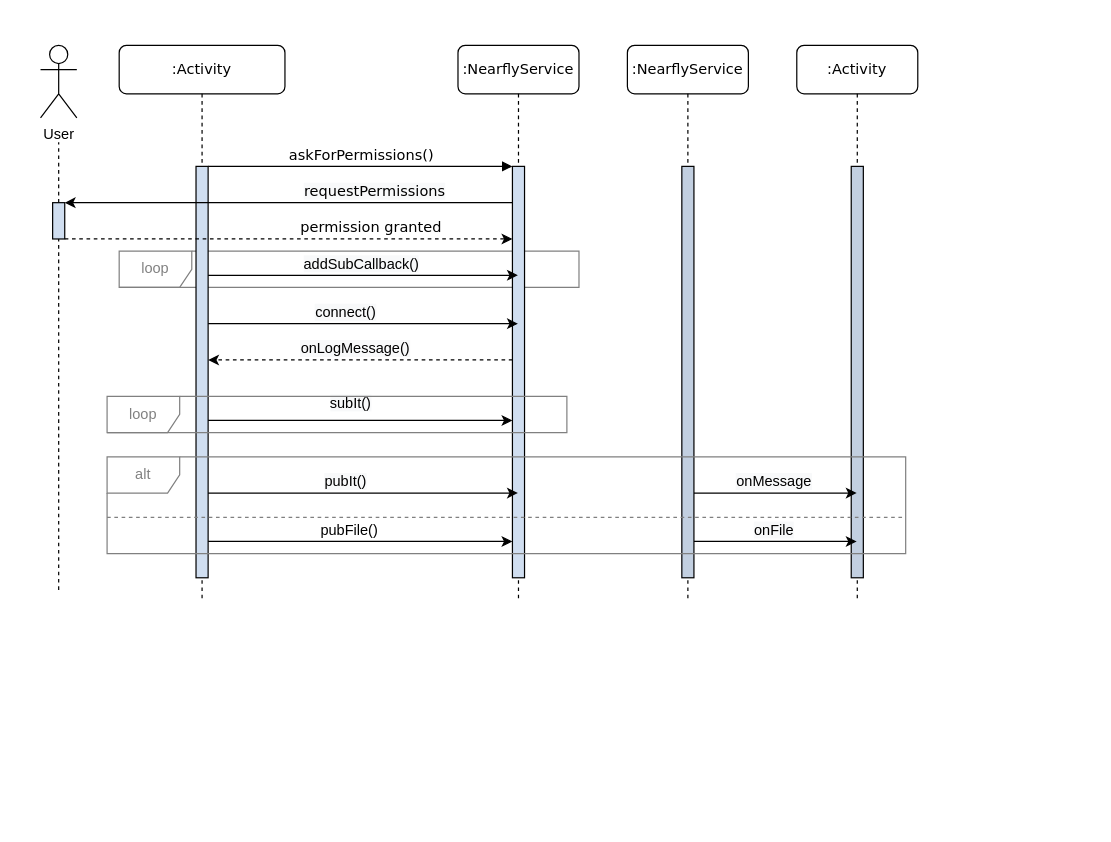
zettime/Nearfly-Android keeps this draw.io diagram as Diagramme/Using of API.drawio. Above is the earlier version. Source tidied: cells renumbered, new cells numbered last; positions are measured from the earlier drawing's top-left corner, leaving out a move shared by most shapes. Both pictures are drawn from the tidied source at 121%, with x=0, y=0 at pixel (40, 45).
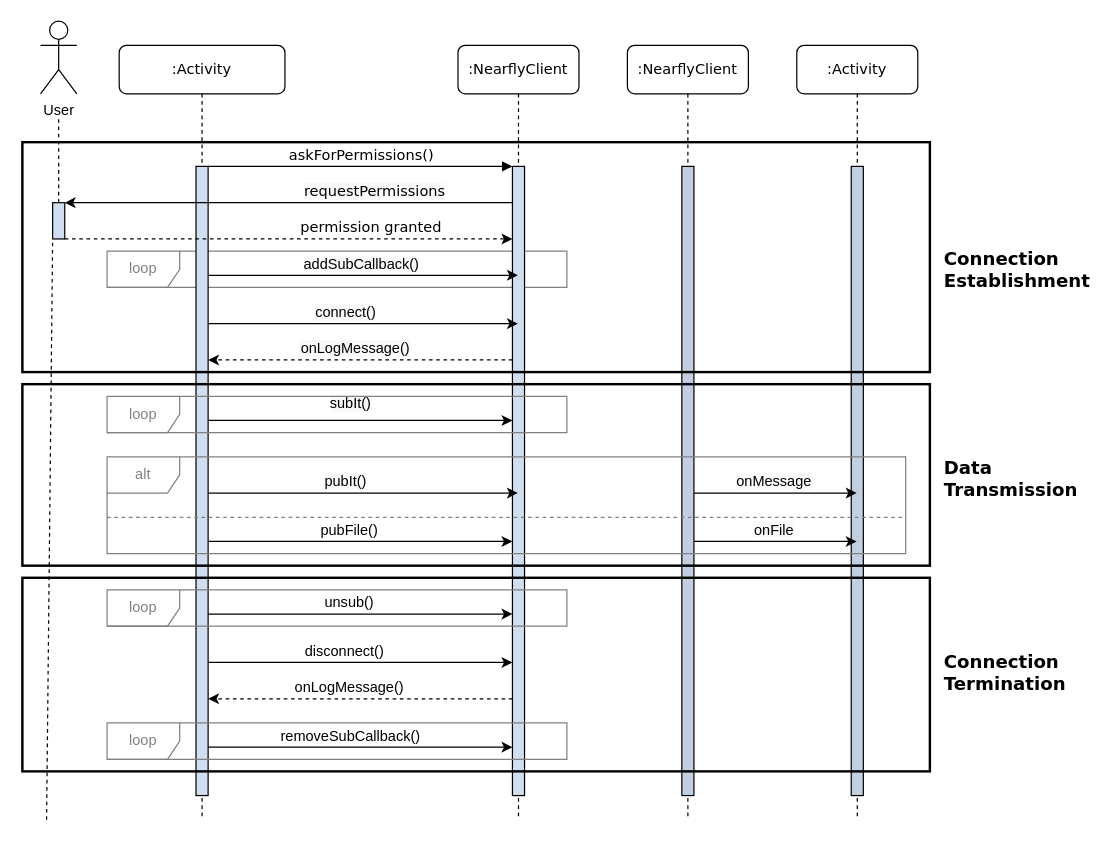
The same diagram, later.

The change refers to these unchanged cells:
```xml
<mxCell id="15" style="html=1;points=[];perimeter=orthogonalPerimeter;rounded=0;shadow=0;comic=0;labelBackgroundColor=none;strokeWidth=1;fontFamily=Verdana;fontSize=12;align=center;fillColor=#D0DEF0;" parent="1" vertex="1">
  <mxGeometry x="10" y="130" width="10" height="30" as="geometry" />
</mxCell>
```

Change to the diagram source:
```diff
@@
     <mxCell id="2" value="&lt;font color=&quot;#808080&quot;&gt;loop&lt;/font&gt;" style="shape=umlFrame;whiteSpace=wrap;html=1;labelBackgroundColor=none;strokeColor=#808080;" parent="1" vertex="1">
-      <mxGeometry x="65" y="170" width="380" height="30" as="geometry" />
+      <mxGeometry x="55" y="170" width="380" height="30" as="geometry" />
     </mxCell>
-    <mxCell id="3" value=":NearflyService" style="shape=umlLifeline;perimeter=lifelinePerimeter;whiteSpace=wrap;html=1;outlineConnect=0;rounded=1;shadow=0;comic=0;labelBackgroundColor=none;strokeWidth=1;fontFamily=Verdana;fontSize=12;align=center;" parent="1" vertex="1">
-      <mxGeometry x="345" width="100" height="460" as="geometry" />
+    <mxCell id="3" value=":NearflyClient" style="shape=umlLifeline;perimeter=lifelinePerimeter;whiteSpace=wrap;html=1;outlineConnect=0;rounded=1;shadow=0;comic=0;labelBackgroundColor=none;strokeWidth=1;fontFamily=Verdana;fontSize=12;align=center;" parent="1" vertex="1">
+      <mxGeometry x="345" width="100" height="640" as="geometry" />
     </mxCell>
     <mxCell id="4" style="html=1;points=[];perimeter=orthogonalPerimeter;rounded=0;shadow=0;comic=0;labelBackgroundColor=none;strokeWidth=1;fontFamily=Verdana;fontSize=12;align=center;fillColor=#D0DEF0;" parent="3" vertex="1">
-      <mxGeometry x="45" y="100" width="10" height="340" as="geometry" />
+      <mxGeometry x="45" y="100" width="10" height="520" as="geometry" />
     </mxCell>
-    <mxCell id="5" value=":NearflyService" style="shape=umlLifeline;perimeter=lifelinePerimeter;whiteSpace=wrap;html=1;rounded=1;shadow=0;comic=0;labelBackgroundColor=none;strokeWidth=1;fontFamily=Verdana;fontSize=12;align=center;" parent="1" vertex="1">
-      <mxGeometry x="485" width="100" height="460" as="geometry" />
+    <mxCell id="5" value=":NearflyClient" style="shape=umlLifeline;perimeter=lifelinePerimeter;whiteSpace=wrap;html=1;rounded=1;shadow=0;comic=0;labelBackgroundColor=none;strokeWidth=1;fontFamily=Verdana;fontSize=12;align=center;" parent="1" vertex="1">
+      <mxGeometry x="485" width="100" height="640" as="geometry" />
     </mxCell>
     <mxCell id="6" value=":Activity" style="shape=umlLifeline;perimeter=lifelinePerimeter;whiteSpace=wrap;html=1;outlineConnect=0;rounded=1;shadow=0;comic=0;labelBackgroundColor=none;strokeWidth=1;fontFamily=Verdana;fontSize=12;align=center;" parent="1" vertex="1">
-      <mxGeometry x="625" width="100" height="460" as="geometry" />
+      <mxGeometry x="625" width="100" height="640" as="geometry" />
     </mxCell>
     <mxCell id="7" style="rounded=0;whiteSpace=wrap;html=1;labelBackgroundColor=none;strokeColor=#000000;fillColor=#C2CFE0;" parent="6" vertex="1">
-      <mxGeometry x="45" y="100" width="10" height="340" as="geometry" />
+      <mxGeometry x="45" y="100" width="10" height="520" as="geometry" />
     </mxCell>
     <mxCell id="8" value=":Activity" style="shape=umlLifeline;perimeter=lifelinePerimeter;whiteSpace=wrap;html=1;rounded=1;shadow=0;comic=0;labelBackgroundColor=none;strokeWidth=1;fontFamily=Verdana;fontSize=12;align=center;" parent="1" vertex="1">
-      <mxGeometry x="65" width="137" height="460" as="geometry" />
+      <mxGeometry x="65" width="137" height="640" as="geometry" />
     </mxCell>
     <mxCell id="9" style="html=1;points=[];perimeter=orthogonalPerimeter;rounded=0;shadow=0;comic=0;labelBackgroundColor=none;strokeWidth=1;fontFamily=Verdana;fontSize=12;align=center;fillColor=#D0DEF0;" parent="8" vertex="1">
-      <mxGeometry x="63.5" y="100" width="10" height="340" as="geometry" />
+      <mxGeometry x="63.5" y="100" width="10" height="520" as="geometry" />
     </mxCell>
@@
     <mxCell id="11" value="User" style="shape=umlActor;verticalLabelPosition=bottom;labelBackgroundColor=#ffffff;verticalAlign=top;html=1;" parent="1" vertex="1">
-      <mxGeometry width="30" height="60" as="geometry" />
+      <mxGeometry y="-20" width="30" height="60" as="geometry" />
     </mxCell>
     <mxCell id="12" style="endArrow=none;dashed=1;html=1;" parent="1" edge="1" source="15">
       <mxGeometry relative="1" as="geometry">
-        <mxPoint x="15" y="80" as="targetPoint" />
+        <mxPoint x="15" y="60" as="targetPoint" />
       </mxGeometry>
     </mxCell>
@@
     <mxCell id="16" style="endArrow=none;dashed=1;html=1;" parent="1" edge="1" target="15">
       <mxGeometry relative="1" as="geometry">
-        <mxPoint x="15" y="450" as="sourcePoint" />
+        <mxPoint x="5" y="640" as="sourcePoint" />
       </mxGeometry>
     </mxCell>
@@
     <mxCell id="33" style="rounded=0;whiteSpace=wrap;html=1;labelBackgroundColor=none;strokeColor=#000000;fillColor=#C2CFE0;" parent="1" vertex="1">
-      <mxGeometry x="530" y="100" width="10" height="340" as="geometry" />
+      <mxGeometry x="530" y="100" width="10" height="520" as="geometry" />
     </mxCell>
@@
+    <mxCell id="39" style="rounded=0;whiteSpace=wrap;html=1;fillColor=none;strokeWidth=2;" parent="1" vertex="1">
+      <mxGeometry x="-15" y="80" width="750" height="190" as="geometry" />
+    </mxCell>
+    <mxCell id="40" style="rounded=0;whiteSpace=wrap;html=1;fillColor=none;strokeWidth=2;" parent="1" vertex="1">
+      <mxGeometry x="-15" y="280" width="750" height="150" as="geometry" />
+    </mxCell>
+    <mxCell id="41" value="&lt;h3 class=&quot;docSection1Title&quot;&gt;&lt;font face=&quot;Verdana&quot; style=&quot;font-size: 15px&quot;&gt;Connection Establishment&lt;/font&gt;&lt;/h3&gt;" style="text;html=1;strokeColor=none;fillColor=none;align=left;verticalAlign=middle;whiteSpace=wrap;rounded=0;" parent="1" vertex="1">
+      <mxGeometry x="745" y="155" width="120" height="60" as="geometry" />
+    </mxCell>
+    <mxCell id="42" style="edgeStyle=orthogonalEdgeStyle;rounded=0;jettySize=auto;html=1;" parent="1" edge="1" source="9" target="4">
+      <mxGeometry relative="1" as="geometry">
+        <Array as="points">
+          <mxPoint x="335" y="470" />
+          <mxPoint x="335" y="470" />
+        </Array>
+      </mxGeometry>
+    </mxCell>
+    <mxCell id="43" value="&lt;font style=&quot;font-size: 12px&quot;&gt;unsub()&lt;/font&gt;" style="edgeLabel;html=1;align=center;verticalAlign=middle;" parent="42" vertex="1">
+      <mxGeometry x="-0.08" relative="1" as="geometry">
+        <mxPoint y="-10" as="offset" />
+      </mxGeometry>
+    </mxCell>
+    <mxCell id="44" style="edgeStyle=orthogonalEdgeStyle;rounded=0;jettySize=auto;html=1;dashed=1;" parent="1" edge="1" source="4" target="9">
+      <mxGeometry relative="1" as="geometry">
+        <Array as="points">
+          <mxPoint x="315" y="540" />
+          <mxPoint x="315" y="540" />
+        </Array>
+      </mxGeometry>
+    </mxCell>
+    <mxCell id="45" value="&lt;span style=&quot;font-size: 12px&quot;&gt;onLogMessage()&lt;/span&gt;" style="edgeLabel;html=1;align=center;verticalAlign=middle;" parent="44" vertex="1">
+      <mxGeometry x="0.17" y="-1" relative="1" as="geometry">
+        <mxPoint x="11.9" y="-9" as="offset" />
+      </mxGeometry>
+    </mxCell>
+    <mxCell id="46" style="edgeStyle=orthogonalEdgeStyle;rounded=0;jettySize=auto;html=1;" parent="1" edge="1" source="9" target="4">
+      <mxGeometry relative="1" as="geometry">
+        <Array as="points">
+          <mxPoint x="305" y="510" />
+          <mxPoint x="305" y="510" />
+        </Array>
+      </mxGeometry>
+    </mxCell>
+    <mxCell id="47" value="&lt;span style=&quot;font-size: 12px&quot;&gt;disconnect()&lt;/span&gt;" style="edgeLabel;html=1;align=center;verticalAlign=middle;" parent="46" vertex="1">
+      <mxGeometry x="-0.12" y="1" relative="1" as="geometry">
+        <mxPoint x="0.6" y="-9" as="offset" />
+      </mxGeometry>
+    </mxCell>
+    <mxCell id="48" value="&lt;font color=&quot;#808080&quot;&gt;loop&lt;/font&gt;" style="shape=umlFrame;whiteSpace=wrap;html=1;labelBackgroundColor=none;strokeColor=#808080;" parent="1" vertex="1">
+      <mxGeometry x="55" y="450" width="380" height="30" as="geometry" />
+    </mxCell>
+    <mxCell id="49" style="rounded=0;whiteSpace=wrap;html=1;fillColor=none;strokeWidth=2;" parent="1" vertex="1">
+      <mxGeometry x="-15" y="440" width="750" height="160" as="geometry" />
+    </mxCell>
+    <mxCell id="50" style="edgeStyle=orthogonalEdgeStyle;rounded=0;jettySize=auto;html=1;" parent="1" edge="1" source="9" target="4">
+      <mxGeometry relative="1" as="geometry">
+        <Array as="points">
+          <mxPoint x="315" y="580" />
+          <mxPoint x="315" y="580" />
+        </Array>
+      </mxGeometry>
+    </mxCell>
+    <mxCell id="51" value="&lt;font style=&quot;font-size: 12px&quot;&gt;removeSubCallback()&lt;/font&gt;" style="edgeLabel;html=1;align=center;verticalAlign=middle;" parent="50" vertex="1">
+      <mxGeometry x="-0.2" y="1" relative="1" as="geometry">
+        <mxPoint x="15.7" y="-9" as="offset" />
+      </mxGeometry>
+    </mxCell>
+    <mxCell id="52" value="&lt;font color=&quot;#808080&quot;&gt;loop&lt;/font&gt;" style="shape=umlFrame;whiteSpace=wrap;html=1;labelBackgroundColor=none;strokeColor=#808080;" parent="1" vertex="1">
+      <mxGeometry x="55" y="560" width="380" height="30" as="geometry" />
+    </mxCell>
+    <mxCell id="53" value="&lt;h3 class=&quot;docSection1Title&quot; style=&quot;font-style: normal ; letter-spacing: normal ; text-indent: 0px ; text-transform: none ; word-spacing: 0px&quot;&gt;&lt;font face=&quot;Verdana&quot; style=&quot;font-size: 15px&quot;&gt;Data Transmission&lt;/font&gt;&lt;/h3&gt;" style="text;whiteSpace=wrap;html=1;align=left;" parent="1" vertex="1">
+      <mxGeometry x="745" y="320" width="110" height="50" as="geometry" />
+    </mxCell>
+    <mxCell id="54" value="&lt;h3 class=&quot;docSection1Title&quot; style=&quot;font-family: &amp;#34;helvetica&amp;#34; ; font-style: normal ; letter-spacing: normal ; text-indent: 0px ; text-transform: none ; word-spacing: 0px&quot;&gt;&lt;font face=&quot;Verdana&quot; style=&quot;font-size: 15px&quot;&gt;Connection Termination&lt;/font&gt;&lt;/h3&gt;" style="text;whiteSpace=wrap;html=1;align=left;" parent="1" vertex="1">
+      <mxGeometry x="745" y="480" width="110" height="85" as="geometry" />
+    </mxCell>
```
